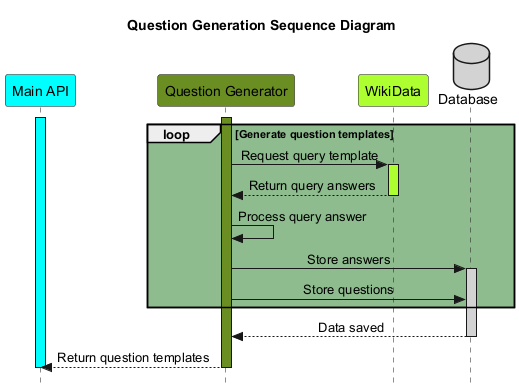
The PlantUML diagram images/Sequential diagram representing the question generation process.png in Arquisoft/wichat_en1a, before a commit. Its diagram source:
```plantuml
@startuml question_generation
title Question Generation Sequence Diagram

participant mainAPI as "Main API" #Aqua
participant QG as "Question Generator" #OliveDrab
participant WD as "WikiData" #GreenYellow
database DB as "Database" #LightGray

skinparam Style strictuml
skinparam SequenceMessageAlignment center

loop #darkseagreen Generate question templates
    activate mainAPI #Aqua
    activate QG #OliveDrab
    QG -> WD : Request query template
    activate WD #GreenYellow
    WD --> QG : Return query answers
    deactivate WD
    QG -> QG : Process query answer
    QG -> DB : Store answers
    activate DB #LightGray
    QG -> DB : Store questions
end loop
DB --> QG : Data saved
deactivate DB
QG --> mainAPI : Return question templates
deactivate QG
deactivate mainAPI
@enduml
```
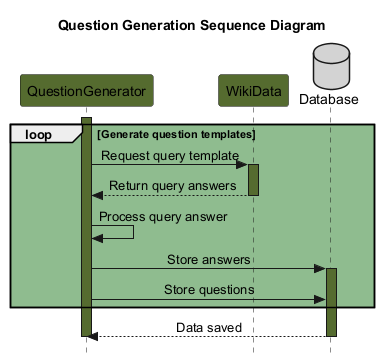
After the change.

Change to the diagram source:
```diff
@@ -1,29 +1,25 @@
 @startuml question_generation
 title Question Generation Sequence Diagram
 
-participant mainAPI as "Main API" #Aqua
-participant QG as "Question Generator" #OliveDrab
-participant WD as "WikiData" #GreenYellow
+participant QG as "QuestionGenerator" #DarkOliveGreen
+participant WD as "WikiData" #DarkOliveGreen
 database DB as "Database" #LightGray
 
 skinparam Style strictuml
 skinparam SequenceMessageAlignment center
 
 loop #darkseagreen Generate question templates
-    activate mainAPI #Aqua
-    activate QG #OliveDrab
+    activate QG #DarkOliveGreen
     QG -> WD : Request query template
-    activate WD #GreenYellow
+    activate WD #DarkOliveGreen
     WD --> QG : Return query answers
     deactivate WD
     QG -> QG : Process query answer
     QG -> DB : Store answers
-    activate DB #LightGray
+    activate DB #DarkOliveGreen
     QG -> DB : Store questions
 end loop
 DB --> QG : Data saved
 deactivate DB
-QG --> mainAPI : Return question templates
 deactivate QG
-deactivate mainAPI
 @enduml
```
